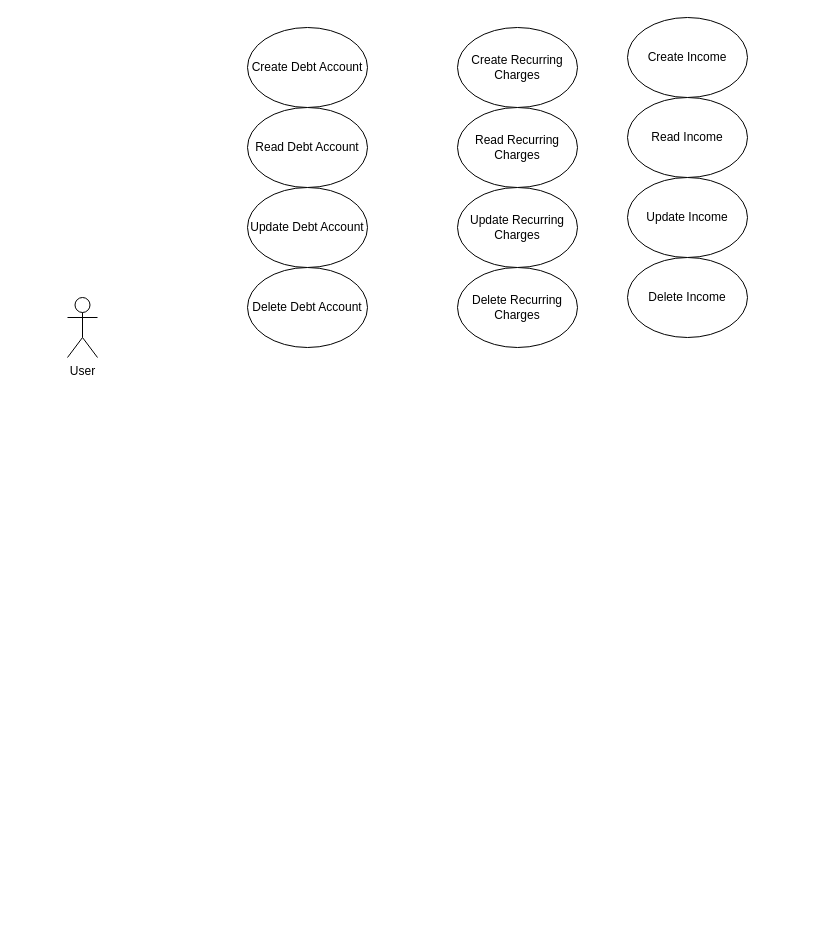
This is Use Case Diagram.drawio from PatrickMcDougle/CSE682-Software-Engineering-Project, a draw.io file, before an edit. Source tidied: cells renumbered, new cells numbered last; positions are measured from the earlier drawing's top-left corner, leaving out a move shared by most shapes. Both pictures are drawn from the tidied source at 100%, with x=0, y=0 at pixel (67, 17).
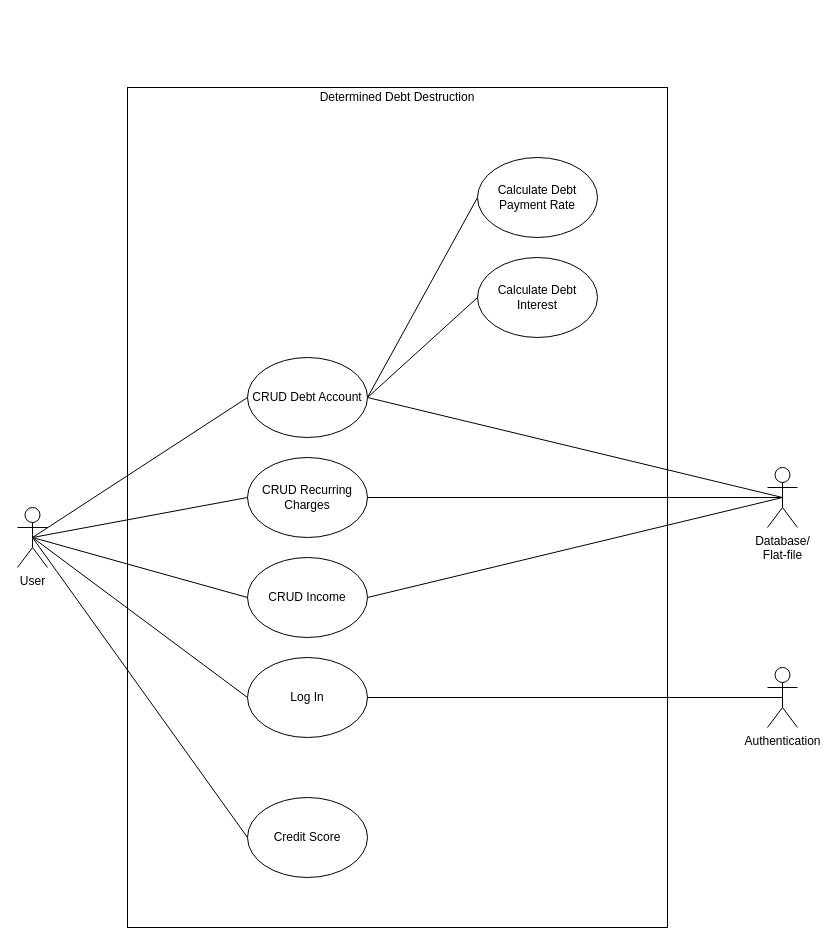
The same diagram, later.

The edit, as a diff of the source:
```diff
@@
+    <mxCell id="15" value="Determined Debt Destruction&lt;br&gt;&lt;br&gt;&lt;br&gt;&lt;br&gt;&lt;br&gt;&lt;br&gt;&lt;br&gt;&lt;br&gt;&lt;br&gt;&lt;br&gt;&lt;br&gt;&lt;br&gt;&lt;br&gt;&lt;br&gt;&lt;br&gt;&lt;br&gt;&lt;br&gt;&lt;br&gt;&lt;br&gt;&lt;br&gt;&lt;br&gt;&lt;br&gt;&lt;br&gt;&lt;br&gt;&lt;br&gt;&lt;br&gt;&lt;br&gt;&lt;br&gt;&lt;br&gt;&lt;br&gt;&lt;br&gt;&lt;br&gt;&lt;br&gt;&lt;br&gt;&lt;br&gt;&lt;br&gt;&lt;br&gt;&lt;br&gt;&lt;br&gt;&lt;br&gt;&lt;br&gt;&lt;br&gt;&lt;br&gt;&lt;br&gt;&lt;br&gt;&lt;br&gt;&lt;br&gt;&lt;br&gt;&lt;br&gt;&lt;br&gt;&lt;br&gt;&lt;br&gt;&lt;br&gt;&lt;br&gt;&lt;br&gt;&lt;br&gt;&lt;br&gt;&lt;br&gt;" style="rounded=0;whiteSpace=wrap;html=1;" parent="1" vertex="1">
+      <mxGeometry x="60" y="70" width="540" height="840" as="geometry" />
+    </mxCell>
     <mxCell id="2" value="User" style="shape=umlActor;verticalLabelPosition=bottom;verticalAlign=top;html=1;outlineConnect=0;" parent="1" vertex="1">
-      <mxGeometry y="280" width="30" height="60" as="geometry" />
+      <mxGeometry x="-50" y="490" width="30" height="60" as="geometry" />
     </mxCell>
-    <mxCell id="3" value="Create Debt Account" style="ellipse;whiteSpace=wrap;html=1;" parent="1" vertex="1">
-      <mxGeometry x="180" y="10" width="120" height="80" as="geometry" />
+    <mxCell id="3" value="CRUD Debt Account" style="ellipse;whiteSpace=wrap;html=1;" parent="1" vertex="1">
+      <mxGeometry x="180" y="340" width="120" height="80" as="geometry" />
     </mxCell>
-    <mxCell id="4" value="Read Debt Account" style="ellipse;whiteSpace=wrap;html=1;" parent="1" vertex="1">
-      <mxGeometry x="180" y="90" width="120" height="80" as="geometry" />
-    </mxCell>
-    <mxCell id="5" value="Update Debt Account" style="ellipse;whiteSpace=wrap;html=1;" parent="1" vertex="1">
-      <mxGeometry x="180" y="170" width="120" height="80" as="geometry" />
-    </mxCell>
-    <mxCell id="6" value="Read Recurring Charges" style="ellipse;whiteSpace=wrap;html=1;" parent="1" vertex="1">
-      <mxGeometry x="390" y="90" width="120" height="80" as="geometry" />
-    </mxCell>
-    <mxCell id="7" value="Create Recurring Charges" style="ellipse;whiteSpace=wrap;html=1;" parent="1" vertex="1">
-      <mxGeometry x="390" y="10" width="120" height="80" as="geometry" />
+    <mxCell id="7" value="CRUD Recurring Charges" style="ellipse;whiteSpace=wrap;html=1;" parent="1" vertex="1">
+      <mxGeometry x="180" y="440" width="120" height="80" as="geometry" />
     </mxCell>
-    <mxCell id="8" value="Update Recurring Charges" style="ellipse;whiteSpace=wrap;html=1;" parent="1" vertex="1">
-      <mxGeometry x="390" y="170" width="120" height="80" as="geometry" />
-    </mxCell>
-    <mxCell id="9" value="Delete Debt Account" style="ellipse;whiteSpace=wrap;html=1;" parent="1" vertex="1">
-      <mxGeometry x="180" y="250" width="120" height="80" as="geometry" />
-    </mxCell>
-    <mxCell id="10" value="Delete Recurring Charges" style="ellipse;whiteSpace=wrap;html=1;" parent="1" vertex="1">
-      <mxGeometry x="390" y="250" width="120" height="80" as="geometry" />
-    </mxCell>
-    <mxCell id="11" value="Read Income" style="ellipse;whiteSpace=wrap;html=1;" parent="1" vertex="1">
-      <mxGeometry x="560" y="80" width="120" height="80" as="geometry" />
-    </mxCell>
-    <mxCell id="12" value="Create Income" style="ellipse;whiteSpace=wrap;html=1;" parent="1" vertex="1">
-      <mxGeometry x="560" width="120" height="80" as="geometry" />
+    <mxCell id="12" value="CRUD Income" style="ellipse;whiteSpace=wrap;html=1;" parent="1" vertex="1">
+      <mxGeometry x="180" y="540" width="120" height="80" as="geometry" />
     </mxCell>
-    <mxCell id="13" value="Update Income" style="ellipse;whiteSpace=wrap;html=1;" parent="1" vertex="1">
-      <mxGeometry x="560" y="160" width="120" height="80" as="geometry" />
-    </mxCell>
-    <mxCell id="14" value="Delete Income" style="ellipse;whiteSpace=wrap;html=1;" parent="1" vertex="1">
-      <mxGeometry x="560" y="240" width="120" height="80" as="geometry" />
-    </mxCell>
+    <mxCell id="16" value="Calculate Debt Payment Rate" style="ellipse;whiteSpace=wrap;html=1;" parent="1" vertex="1">
+      <mxGeometry x="410" y="140" width="120" height="80" as="geometry" />
+    </mxCell>
+    <mxCell id="17" value="Calculate Debt Interest" style="ellipse;whiteSpace=wrap;html=1;" parent="1" vertex="1">
+      <mxGeometry x="410" y="240" width="120" height="80" as="geometry" />
+    </mxCell>
+    <mxCell id="18" style="endArrow=none;html=1;exitX=1;exitY=0.5;exitDx=0;exitDy=0;entryX=0;entryY=0.5;entryDx=0;entryDy=0;" parent="1" edge="1" source="3" target="16">
+      <mxGeometry relative="1" as="geometry" />
+    </mxCell>
+    <mxCell id="19" style="endArrow=none;html=1;exitX=1;exitY=0.5;exitDx=0;exitDy=0;entryX=0;entryY=0.5;entryDx=0;entryDy=0;" parent="1" edge="1" source="3" target="17">
+      <mxGeometry relative="1" as="geometry" />
+    </mxCell>
+    <mxCell id="20" style="endArrow=none;html=1;exitX=0.5;exitY=0.5;exitDx=0;exitDy=0;exitPerimeter=0;entryX=0;entryY=0.5;entryDx=0;entryDy=0;" parent="1" edge="1" source="2" target="3">
+      <mxGeometry relative="1" as="geometry" />
+    </mxCell>
+    <mxCell id="21" style="endArrow=none;html=1;exitX=0.5;exitY=0.5;exitDx=0;exitDy=0;exitPerimeter=0;entryX=0;entryY=0.5;entryDx=0;entryDy=0;" parent="1" edge="1" source="2" target="7">
+      <mxGeometry relative="1" as="geometry" />
+    </mxCell>
+    <mxCell id="22" style="endArrow=none;html=1;exitX=0.5;exitY=0.5;exitDx=0;exitDy=0;exitPerimeter=0;entryX=0;entryY=0.5;entryDx=0;entryDy=0;" parent="1" edge="1" source="2" target="12">
+      <mxGeometry relative="1" as="geometry" />
+    </mxCell>
+    <mxCell id="23" value="Database/&lt;br&gt;Flat-file" style="shape=umlActor;verticalLabelPosition=bottom;verticalAlign=top;html=1;outlineConnect=0;" parent="1" vertex="1">
+      <mxGeometry x="700" y="450" width="30" height="60" as="geometry" />
+    </mxCell>
+    <mxCell id="24" style="endArrow=none;html=1;exitX=1;exitY=0.5;exitDx=0;exitDy=0;entryX=0.5;entryY=0.5;entryDx=0;entryDy=0;entryPerimeter=0;" parent="1" edge="1" source="3" target="23">
+      <mxGeometry relative="1" as="geometry" />
+    </mxCell>
+    <mxCell id="25" style="endArrow=none;html=1;exitX=1;exitY=0.5;exitDx=0;exitDy=0;entryX=0.5;entryY=0.5;entryDx=0;entryDy=0;entryPerimeter=0;" parent="1" edge="1" source="7" target="23">
+      <mxGeometry relative="1" as="geometry" />
+    </mxCell>
+    <mxCell id="26" style="endArrow=none;html=1;exitX=1;exitY=0.5;exitDx=0;exitDy=0;entryX=0.5;entryY=0.5;entryDx=0;entryDy=0;entryPerimeter=0;" parent="1" edge="1" source="12" target="23">
+      <mxGeometry relative="1" as="geometry" />
+    </mxCell>
+    <mxCell id="27" value="Authentication" style="shape=umlActor;verticalLabelPosition=bottom;verticalAlign=top;html=1;outlineConnect=0;" parent="1" vertex="1">
+      <mxGeometry x="700" y="650" width="30" height="60" as="geometry" />
+    </mxCell>
+    <mxCell id="28" value="Log In" style="ellipse;whiteSpace=wrap;html=1;" parent="1" vertex="1">
+      <mxGeometry x="180" y="640" width="120" height="80" as="geometry" />
+    </mxCell>
+    <mxCell id="29" style="endArrow=none;html=1;exitX=0.5;exitY=0.5;exitDx=0;exitDy=0;exitPerimeter=0;entryX=0;entryY=0.5;entryDx=0;entryDy=0;" parent="1" edge="1" source="2" target="28">
+      <mxGeometry relative="1" as="geometry" />
+    </mxCell>
+    <mxCell id="30" style="endArrow=none;html=1;exitX=1;exitY=0.5;exitDx=0;exitDy=0;entryX=0.5;entryY=0.5;entryDx=0;entryDy=0;entryPerimeter=0;" parent="1" edge="1" source="28" target="27">
+      <mxGeometry relative="1" as="geometry" />
+    </mxCell>
+    <mxCell id="31" value="Credit Score" style="ellipse;whiteSpace=wrap;html=1;" parent="1" vertex="1">
+      <mxGeometry x="180" y="780" width="120" height="80" as="geometry" />
+    </mxCell>
+    <mxCell id="32" style="endArrow=none;html=1;exitX=0.5;exitY=0.5;exitDx=0;exitDy=0;exitPerimeter=0;entryX=0;entryY=0.5;entryDx=0;entryDy=0;" parent="1" edge="1" source="2" target="31">
+      <mxGeometry relative="1" as="geometry" />
+    </mxCell>
```
